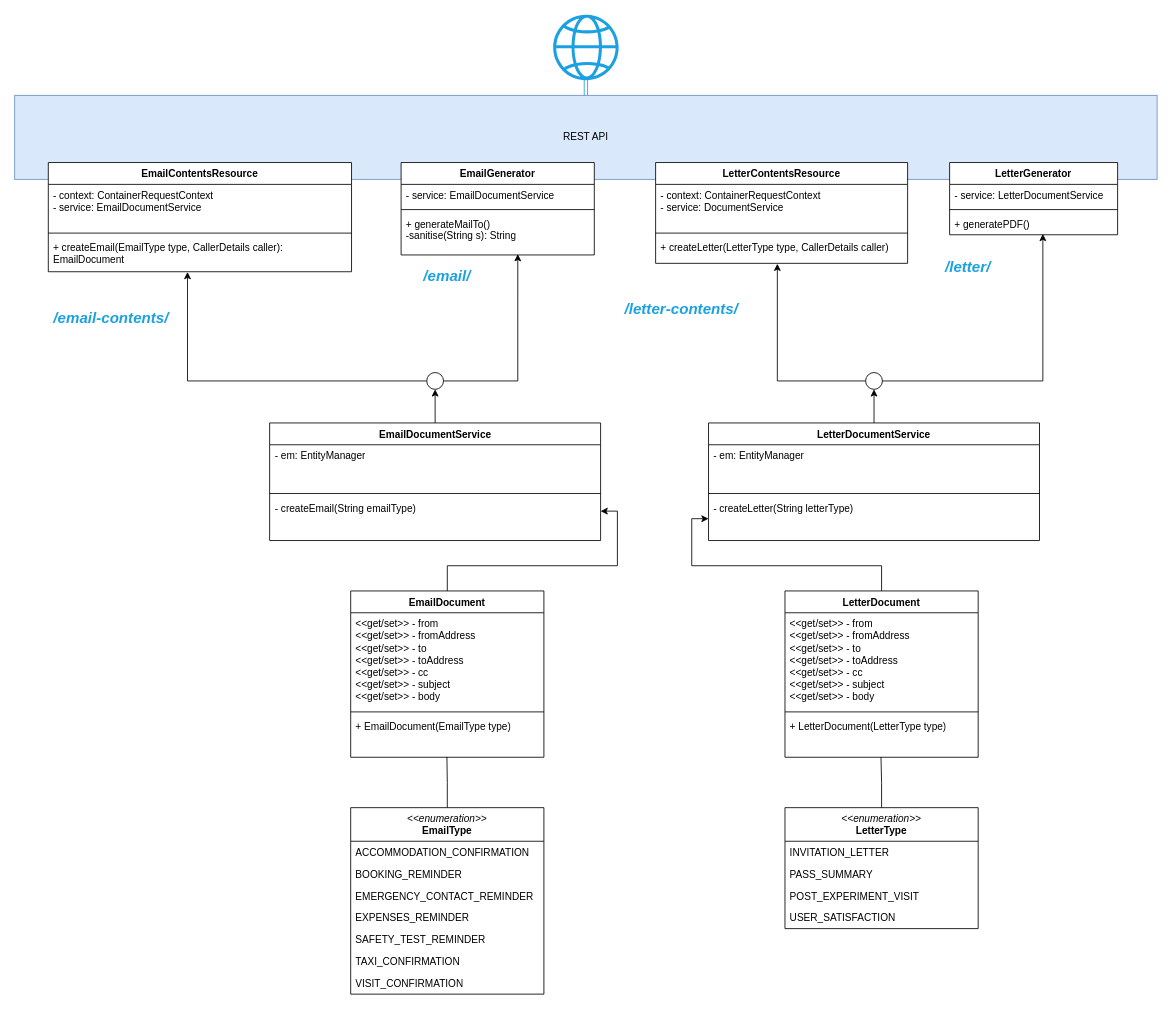
The draw.io diagram Document generation class diagram.drawio in ambolt314/FinalProjectDesign, before the edit. Source tidied: cells renumbered, new cells numbered last; positions are measured from the earlier drawing's top-left corner, leaving out a move shared by most shapes. Both pictures are drawn from the tidied source at 84%, with x=0, y=0 at pixel (14, 14).
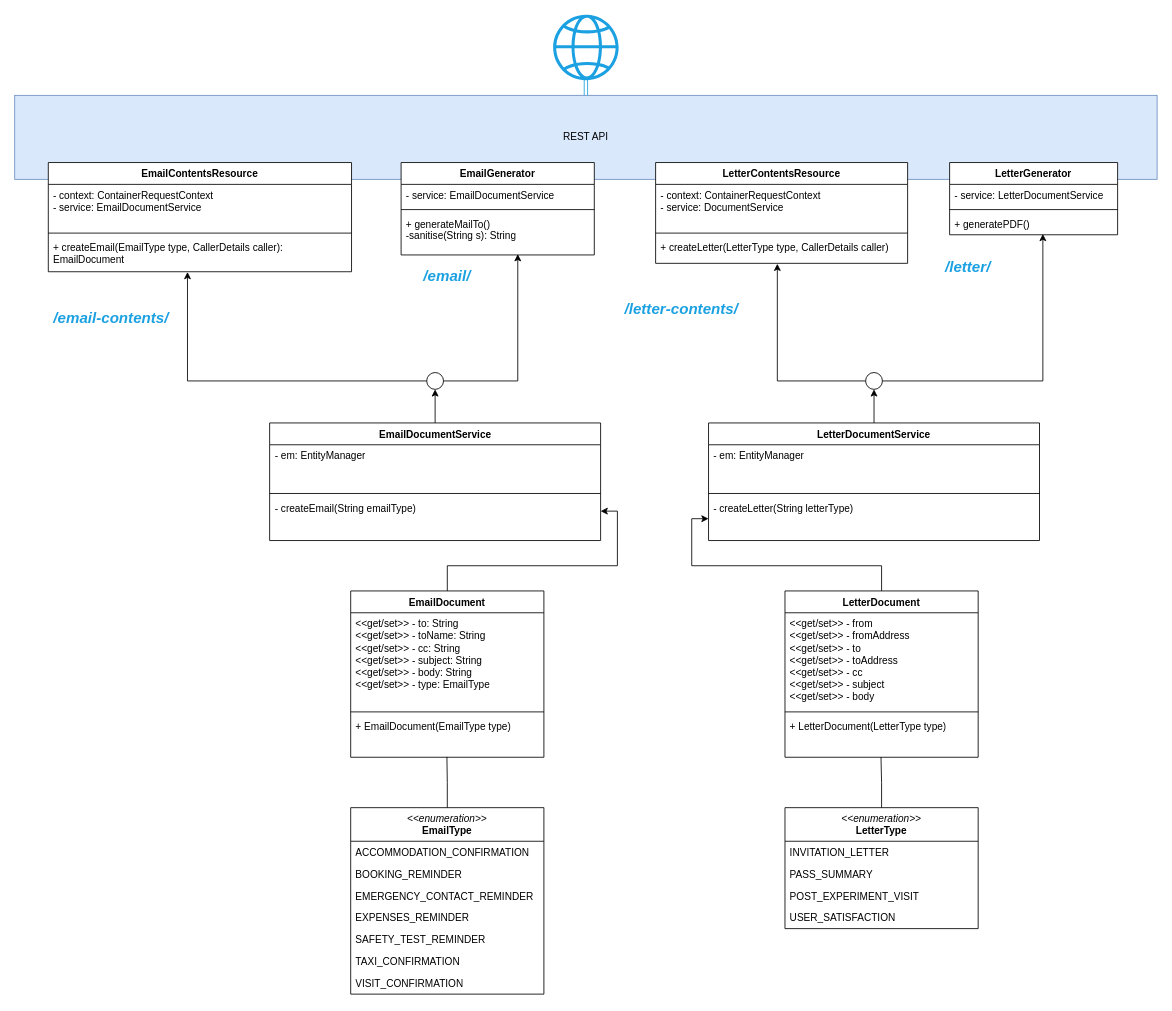
Above is the later version.

Commit message:
Adapted EmailDocument

Unchanged cells that the change refers to:
```xml
<mxCell id="13" value="EmailDocument" style="swimlane;fontStyle=1;align=center;verticalAlign=top;horizontal=1;startSize=26;whiteSpace=wrap;html=1;" parent="1" vertex="1">
  <mxGeometry x="400" y="686" width="230" height="198" as="geometry" />
</mxCell>
```

What changed in the source:
```diff
@@
-    <mxCell id="14" value="&lt;div&gt;&amp;lt;&amp;lt;get/set&amp;gt;&amp;gt; - from&lt;/div&gt;&lt;div&gt;&amp;lt;&amp;lt;get/set&amp;gt;&amp;gt; - fromAddress&lt;/div&gt;&lt;div&gt;&amp;lt;&amp;lt;get/set&amp;gt;&amp;gt; - to&lt;/div&gt;&lt;div&gt;&amp;lt;&amp;lt;get/set&amp;gt;&amp;gt; - toAddress&lt;/div&gt;&lt;div&gt;&amp;lt;&amp;lt;get/set&amp;gt;&amp;gt; - cc&lt;/div&gt;&lt;div&gt;&amp;lt;&amp;lt;get/set&amp;gt;&amp;gt; - subject&lt;/div&gt;&lt;div&gt;&amp;lt;&amp;lt;get/set&amp;gt;&amp;gt; - body&lt;br&gt;&lt;/div&gt;" style="text;strokeColor=none;fillColor=none;align=left;verticalAlign=top;spacingLeft=4;spacingRight=4;overflow=hidden;whiteSpace=wrap;html=1;" parent="13" vertex="1">
+    <mxCell id="14" value="&lt;div&gt;&amp;lt;&amp;lt;get/set&amp;gt;&amp;gt; - to: String&lt;br&gt;&lt;/div&gt;&lt;div&gt;&amp;lt;&amp;lt;get/set&amp;gt;&amp;gt; - toName: String&lt;br&gt;&lt;/div&gt;&lt;div&gt;&amp;lt;&amp;lt;get/set&amp;gt;&amp;gt; - cc: String&lt;br&gt;&lt;/div&gt;&lt;div&gt;&amp;lt;&amp;lt;get/set&amp;gt;&amp;gt; - subject: String&lt;br&gt;&lt;/div&gt;&lt;div&gt;&amp;lt;&amp;lt;get/set&amp;gt;&amp;gt; - body: String&lt;br&gt;&lt;/div&gt;&lt;div&gt;&amp;lt;&amp;lt;get/set&amp;gt;&amp;gt; - type: EmailType&lt;br&gt;&lt;/div&gt;" style="text;strokeColor=none;fillColor=none;align=left;verticalAlign=top;spacingLeft=4;spacingRight=4;overflow=hidden;whiteSpace=wrap;html=1;" parent="13" vertex="1">
       <mxGeometry y="26" width="230" height="114" as="geometry" />
     </mxCell>
```
